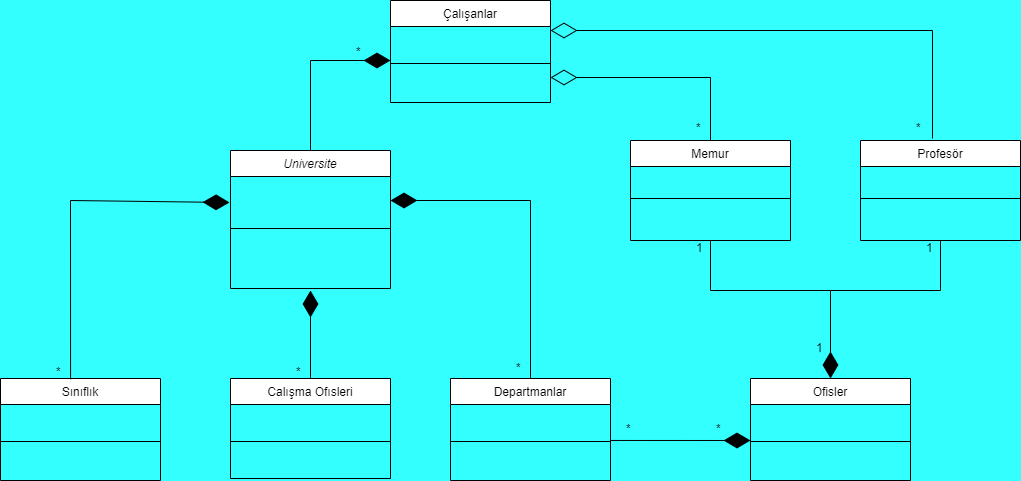
Above: Ödev - Üniversite Yönetim Sistemi.drawio.png in mertyigitt/Pathica-Object-Oriented-Programming (draw.io), before the change. Source tidied: cells renumbered, new cells last; positions are measured from the earlier drawing's top-left corner, leaving out a move shared by most shapes.
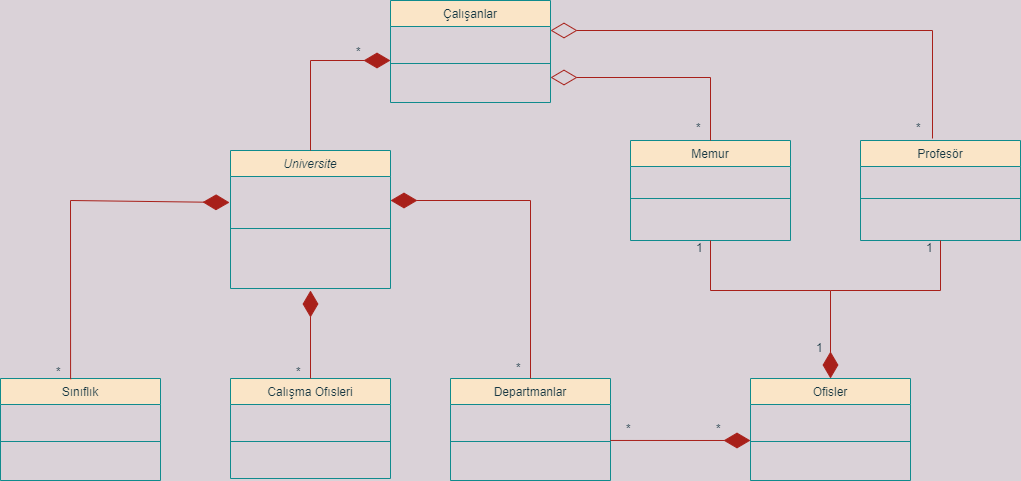
After the change.

The edit, as a diff of the source:
```diff
@@ -1,55 +1,55 @@
-<mxGraphModel background="#33FFFF">
+<mxGraphModel background="#DAD2D8">
   <root>
     <mxCell id="0" />
     <mxCell id="1" parent="0" />
-    <mxCell id="2" value="Universite" style="swimlane;fontStyle=2;align=center;verticalAlign=top;horizontal=1;startSize=26;rounded=0;shadow=0;strokeWidth=1;" parent="1" vertex="1">
+    <mxCell id="2" value="Universite" style="swimlane;fontStyle=2;align=center;verticalAlign=top;horizontal=1;startSize=26;rounded=0;shadow=0;strokeWidth=1;fillColor=#FAE5C7;strokeColor=#0F8B8D;fontColor=#143642;" parent="1" vertex="1">
       <mxGeometry x="230" y="150" width="160" height="138" as="geometry" />
     </mxCell>
-    <mxCell id="3" style="line;html=1;strokeWidth=1;align=left;verticalAlign=middle;spacingTop=-1;spacingLeft=3;spacingRight=3;labelPosition=right;" parent="2" vertex="1">
+    <mxCell id="3" style="line;html=1;strokeWidth=1;align=left;verticalAlign=middle;spacingTop=-1;spacingLeft=3;spacingRight=3;labelPosition=right;labelBackgroundColor=#DAD2D8;fillColor=#FAE5C7;strokeColor=#0F8B8D;fontColor=#143642;" parent="2" vertex="1">
       <mxGeometry y="26" width="160" height="104" as="geometry" />
     </mxCell>
-    <mxCell id="4" value="Sınıflık&#10;" style="swimlane;fontStyle=0;align=center;verticalAlign=top;horizontal=1;startSize=26;rounded=0;shadow=0;strokeWidth=1;" parent="1" vertex="1">
+    <mxCell id="4" value="Sınıflık&#10;" style="swimlane;fontStyle=0;align=center;verticalAlign=top;horizontal=1;startSize=26;rounded=0;shadow=0;strokeWidth=1;fillColor=#FAE5C7;strokeColor=#0F8B8D;fontColor=#143642;" parent="1" vertex="1">
       <mxGeometry y="378" width="160" height="102" as="geometry" />
     </mxCell>
-    <mxCell id="5" style="line;html=1;strokeWidth=1;align=left;verticalAlign=middle;spacingTop=-1;spacingLeft=3;spacingRight=3;labelPosition=right;" parent="4" vertex="1">
+    <mxCell id="5" style="line;html=1;strokeWidth=1;align=left;verticalAlign=middle;spacingTop=-1;spacingLeft=3;spacingRight=3;labelPosition=right;labelBackgroundColor=#DAD2D8;fillColor=#FAE5C7;strokeColor=#0F8B8D;fontColor=#143642;" parent="4" vertex="1">
       <mxGeometry y="26" width="160" height="74" as="geometry" />
     </mxCell>
-    <mxCell id="6" value="Calışma Ofısleri" style="swimlane;fontStyle=0;align=center;verticalAlign=top;horizontal=1;startSize=26;rounded=0;shadow=0;strokeWidth=1;" parent="1" vertex="1">
+    <mxCell id="6" value="Calışma Ofısleri" style="swimlane;fontStyle=0;align=center;verticalAlign=top;horizontal=1;startSize=26;rounded=0;shadow=0;strokeWidth=1;fillColor=#FAE5C7;strokeColor=#0F8B8D;fontColor=#143642;" parent="1" vertex="1">
       <mxGeometry x="230" y="378" width="160" height="100" as="geometry" />
     </mxCell>
-    <mxCell id="7" style="line;html=1;strokeWidth=1;align=left;verticalAlign=middle;spacingTop=-1;spacingLeft=3;spacingRight=3;labelPosition=right;" parent="6" vertex="1">
+    <mxCell id="7" style="line;html=1;strokeWidth=1;align=left;verticalAlign=middle;spacingTop=-1;spacingLeft=3;spacingRight=3;labelPosition=right;labelBackgroundColor=#DAD2D8;fillColor=#FAE5C7;strokeColor=#0F8B8D;fontColor=#143642;" parent="6" vertex="1">
       <mxGeometry y="26" width="160" height="74" as="geometry" />
     </mxCell>
-    <mxCell id="8" value="Departmanlar" style="swimlane;fontStyle=0;align=center;verticalAlign=top;horizontal=1;startSize=26;rounded=0;shadow=0;strokeWidth=1;" parent="1" vertex="1">
+    <mxCell id="8" value="Departmanlar" style="swimlane;fontStyle=0;align=center;verticalAlign=top;horizontal=1;startSize=26;rounded=0;shadow=0;strokeWidth=1;fillColor=#FAE5C7;strokeColor=#0F8B8D;fontColor=#143642;" parent="1" vertex="1">
       <mxGeometry x="450" y="378" width="160" height="102" as="geometry" />
     </mxCell>
-    <mxCell id="9" style="line;html=1;strokeWidth=1;align=left;verticalAlign=middle;spacingTop=-1;spacingLeft=3;spacingRight=3;labelPosition=right;points=[];portConstraint=eastwest;" parent="8" vertex="1">
+    <mxCell id="9" style="line;html=1;strokeWidth=1;align=left;verticalAlign=middle;spacingTop=-1;spacingLeft=3;spacingRight=3;labelPosition=right;points=[];portConstraint=eastwest;labelBackgroundColor=#DAD2D8;fillColor=#FAE5C7;strokeColor=#0F8B8D;fontColor=#143642;" parent="8" vertex="1">
       <mxGeometry y="26" width="160" height="74" as="geometry" />
     </mxCell>
-    <mxCell id="10" value="Ofisler" style="swimlane;fontStyle=0;align=center;verticalAlign=top;horizontal=1;startSize=26;rounded=0;shadow=0;strokeWidth=1;" parent="1" vertex="1">
+    <mxCell id="10" value="Ofisler" style="swimlane;fontStyle=0;align=center;verticalAlign=top;horizontal=1;startSize=26;rounded=0;shadow=0;strokeWidth=1;fillColor=#FAE5C7;strokeColor=#0F8B8D;fontColor=#143642;" parent="1" vertex="1">
       <mxGeometry x="750" y="378" width="160" height="102" as="geometry" />
     </mxCell>
-    <mxCell id="11" style="line;html=1;strokeWidth=1;align=left;verticalAlign=middle;spacingTop=-1;spacingLeft=3;spacingRight=3;labelPosition=right;" parent="10" vertex="1">
+    <mxCell id="11" style="line;html=1;strokeWidth=1;align=left;verticalAlign=middle;spacingTop=-1;spacingLeft=3;spacingRight=3;labelPosition=right;labelBackgroundColor=#DAD2D8;fillColor=#FAE5C7;strokeColor=#0F8B8D;fontColor=#143642;" parent="10" vertex="1">
       <mxGeometry y="26" width="160" height="74" as="geometry" />
     </mxCell>
-    <mxCell id="12" value="Memur&#10;" style="swimlane;fontStyle=0;align=center;verticalAlign=top;horizontal=1;startSize=26;rounded=0;shadow=0;strokeWidth=1;" parent="1" vertex="1">
+    <mxCell id="12" value="Memur&#10;" style="swimlane;fontStyle=0;align=center;verticalAlign=top;horizontal=1;startSize=26;rounded=0;shadow=0;strokeWidth=1;fillColor=#FAE5C7;strokeColor=#0F8B8D;fontColor=#143642;" parent="1" vertex="1">
       <mxGeometry x="630" y="140" width="160" height="100" as="geometry" />
     </mxCell>
-    <mxCell id="13" style="line;html=1;strokeWidth=1;align=left;verticalAlign=middle;spacingTop=-1;spacingLeft=3;spacingRight=3;labelPosition=right;" parent="12" vertex="1">
+    <mxCell id="13" style="line;html=1;strokeWidth=1;align=left;verticalAlign=middle;spacingTop=-1;spacingLeft=3;spacingRight=3;labelPosition=right;labelBackgroundColor=#DAD2D8;fillColor=#FAE5C7;strokeColor=#0F8B8D;fontColor=#143642;" parent="12" vertex="1">
       <mxGeometry y="26" width="160" height="64" as="geometry" />
     </mxCell>
-    <mxCell id="14" value="Profesör" style="swimlane;fontStyle=0;align=center;verticalAlign=top;horizontal=1;startSize=26;rounded=0;shadow=0;strokeWidth=1;" parent="1" vertex="1">
+    <mxCell id="14" value="Profesör" style="swimlane;fontStyle=0;align=center;verticalAlign=top;horizontal=1;startSize=26;rounded=0;shadow=0;strokeWidth=1;fillColor=#FAE5C7;strokeColor=#0F8B8D;fontColor=#143642;" parent="1" vertex="1">
       <mxGeometry x="860" y="140" width="160" height="100" as="geometry" />
     </mxCell>
-    <mxCell id="15" style="line;html=1;strokeWidth=1;align=left;verticalAlign=middle;spacingTop=-1;spacingLeft=3;spacingRight=3;labelPosition=right;" parent="14" vertex="1">
+    <mxCell id="15" style="line;html=1;strokeWidth=1;align=left;verticalAlign=middle;spacingTop=-1;spacingLeft=3;spacingRight=3;labelPosition=right;labelBackgroundColor=#DAD2D8;fillColor=#FAE5C7;strokeColor=#0F8B8D;fontColor=#143642;" parent="14" vertex="1">
       <mxGeometry y="26" width="160" height="64" as="geometry" />
     </mxCell>
-    <mxCell id="16" style="endArrow=diamondThin;endFill=1;endSize=24;html=1;rounded=0;exitX=0.5;exitY=0;exitDx=0;exitDy=0;" parent="1" edge="1" source="6">
+    <mxCell id="16" style="endArrow=diamondThin;endFill=1;endSize=24;html=1;rounded=0;exitX=0.5;exitY=0;exitDx=0;exitDy=0;labelBackgroundColor=#DAD2D8;strokeColor=#A8201A;fontColor=#143642;" parent="1" edge="1" source="6">
       <mxGeometry relative="1" as="geometry">
         <mxPoint x="310" y="290" as="targetPoint" />
       </mxGeometry>
     </mxCell>
-    <mxCell id="17" style="endArrow=diamondThin;endFill=1;endSize=24;html=1;rounded=0;exitX=0.438;exitY=0.007;exitDx=0;exitDy=0;exitPerimeter=0;entryX=-0.006;entryY=1;entryDx=0;entryDy=0;entryPerimeter=0;" parent="1" edge="1" source="4">
+    <mxCell id="17" style="endArrow=diamondThin;endFill=1;endSize=24;html=1;rounded=0;exitX=0.438;exitY=0.007;exitDx=0;exitDy=0;exitPerimeter=0;entryX=-0.006;entryY=1;entryDx=0;entryDy=0;entryPerimeter=0;labelBackgroundColor=#DAD2D8;strokeColor=#A8201A;fontColor=#143642;" parent="1" edge="1" source="4">
       <mxGeometry relative="1" as="geometry">
         <mxPoint x="229" y="202" as="targetPoint" />
         <Array as="points">
@@ -57,7 +57,7 @@
         </Array>
       </mxGeometry>
     </mxCell>
-    <mxCell id="18" style="endArrow=diamondThin;endFill=1;endSize=24;html=1;rounded=0;exitX=0.5;exitY=0;exitDx=0;exitDy=0;" parent="1" edge="1" source="8">
+    <mxCell id="18" style="endArrow=diamondThin;endFill=1;endSize=24;html=1;rounded=0;exitX=0.5;exitY=0;exitDx=0;exitDy=0;labelBackgroundColor=#DAD2D8;strokeColor=#A8201A;fontColor=#143642;" parent="1" edge="1" source="8">
       <mxGeometry relative="1" as="geometry">
         <mxPoint x="390" y="200" as="targetPoint" />
         <Array as="points">
@@ -65,27 +65,27 @@
         </Array>
       </mxGeometry>
     </mxCell>
-    <mxCell id="19" style="endArrow=diamondThin;endFill=1;endSize=24;html=1;rounded=0;exitX=1;exitY=0.486;exitDx=0;exitDy=0;exitPerimeter=0;" parent="1" edge="1" source="9">
+    <mxCell id="19" style="endArrow=diamondThin;endFill=1;endSize=24;html=1;rounded=0;exitX=1;exitY=0.486;exitDx=0;exitDy=0;exitPerimeter=0;labelBackgroundColor=#DAD2D8;strokeColor=#A8201A;fontColor=#143642;" parent="1" edge="1" source="9">
       <mxGeometry relative="1" as="geometry">
         <mxPoint x="750" y="440" as="targetPoint" />
       </mxGeometry>
     </mxCell>
-    <mxCell id="20" value="*" style="text;strokeColor=none;fillColor=none;align=left;verticalAlign=middle;spacingTop=-1;spacingLeft=4;spacingRight=4;labelPosition=right;" parent="1" vertex="1">
+    <mxCell id="20" value="*" style="text;strokeColor=none;fillColor=none;align=left;verticalAlign=middle;spacingTop=-1;spacingLeft=4;spacingRight=4;labelPosition=right;fontColor=#143642;" parent="1" vertex="1">
       <mxGeometry x="30" y="364" width="20" height="14" as="geometry" />
     </mxCell>
-    <mxCell id="21" value="*" style="text;strokeColor=none;fillColor=none;align=left;verticalAlign=middle;spacingTop=-1;spacingLeft=4;spacingRight=4;labelPosition=right;" parent="1" vertex="1">
+    <mxCell id="21" value="*" style="text;strokeColor=none;fillColor=none;align=left;verticalAlign=middle;spacingTop=-1;spacingLeft=4;spacingRight=4;labelPosition=right;fontColor=#143642;" parent="1" vertex="1">
       <mxGeometry x="270" y="364" width="20" height="14" as="geometry" />
     </mxCell>
-    <mxCell id="22" value="*" style="text;strokeColor=none;fillColor=none;align=left;verticalAlign=middle;spacingTop=-1;spacingLeft=4;spacingRight=4;labelPosition=right;" parent="1" vertex="1">
+    <mxCell id="22" value="*" style="text;strokeColor=none;fillColor=none;align=left;verticalAlign=middle;spacingTop=-1;spacingLeft=4;spacingRight=4;labelPosition=right;fontColor=#143642;" parent="1" vertex="1">
       <mxGeometry x="490" y="360" width="20" height="14" as="geometry" />
     </mxCell>
-    <mxCell id="23" value="*" style="text;strokeColor=none;fillColor=none;align=left;verticalAlign=middle;spacingTop=-1;spacingLeft=4;spacingRight=4;labelPosition=right;" parent="1" vertex="1">
+    <mxCell id="23" value="*" style="text;strokeColor=none;fillColor=none;align=left;verticalAlign=middle;spacingTop=-1;spacingLeft=4;spacingRight=4;labelPosition=right;fontColor=#143642;" parent="1" vertex="1">
       <mxGeometry x="690" y="421" width="20" height="14" as="geometry" />
     </mxCell>
-    <mxCell id="24" value="*" style="text;strokeColor=none;fillColor=none;align=left;verticalAlign=middle;spacingTop=-1;spacingLeft=4;spacingRight=4;labelPosition=right;" parent="1" vertex="1">
+    <mxCell id="24" value="*" style="text;strokeColor=none;fillColor=none;align=left;verticalAlign=middle;spacingTop=-1;spacingLeft=4;spacingRight=4;labelPosition=right;fontColor=#143642;" parent="1" vertex="1">
       <mxGeometry x="610" y="421" width="10" height="14" as="geometry" />
     </mxCell>
-    <mxCell id="25" style="endArrow=diamondThin;endFill=1;endSize=24;html=1;rounded=0;exitX=0.5;exitY=0;exitDx=0;exitDy=0;" parent="1" edge="1" source="2">
+    <mxCell id="25" style="endArrow=diamondThin;endFill=1;endSize=24;html=1;rounded=0;exitX=0.5;exitY=0;exitDx=0;exitDy=0;labelBackgroundColor=#DAD2D8;strokeColor=#A8201A;fontColor=#143642;" parent="1" edge="1" source="2">
       <mxGeometry relative="1" as="geometry">
         <mxPoint x="390" y="60" as="targetPoint" />
         <Array as="points">
@@ -93,18 +93,18 @@
         </Array>
       </mxGeometry>
     </mxCell>
-    <mxCell id="26" value="Çalışanlar" style="swimlane;fontStyle=0;align=center;verticalAlign=top;horizontal=1;startSize=26;rounded=0;shadow=0;strokeWidth=1;" parent="1" vertex="1">
+    <mxCell id="26" value="Çalışanlar" style="swimlane;fontStyle=0;align=center;verticalAlign=top;horizontal=1;startSize=26;rounded=0;shadow=0;strokeWidth=1;fillColor=#FAE5C7;strokeColor=#0F8B8D;fontColor=#143642;" parent="1" vertex="1">
       <mxGeometry x="390" width="160" height="102" as="geometry" />
     </mxCell>
-    <mxCell id="27" style="line;html=1;strokeWidth=1;align=left;verticalAlign=middle;spacingTop=-1;spacingLeft=3;spacingRight=3;labelPosition=right;" parent="26" vertex="1">
+    <mxCell id="27" style="line;html=1;strokeWidth=1;align=left;verticalAlign=middle;spacingTop=-1;spacingLeft=3;spacingRight=3;labelPosition=right;labelBackgroundColor=#DAD2D8;fillColor=#FAE5C7;strokeColor=#0F8B8D;fontColor=#143642;" parent="26" vertex="1">
       <mxGeometry y="26" width="160" height="74" as="geometry" />
     </mxCell>
-    <mxCell id="28" style="endArrow=diamondThin;endFill=1;endSize=24;html=1;rounded=0;entryX=0.5;entryY=0;entryDx=0;entryDy=0;" parent="1" edge="1" target="10">
+    <mxCell id="28" style="endArrow=diamondThin;endFill=1;endSize=24;html=1;rounded=0;entryX=0.5;entryY=0;entryDx=0;entryDy=0;labelBackgroundColor=#DAD2D8;strokeColor=#A8201A;fontColor=#143642;" parent="1" edge="1" target="10">
       <mxGeometry relative="1" as="geometry">
         <mxPoint x="830" y="290" as="sourcePoint" />
       </mxGeometry>
     </mxCell>
-    <mxCell id="29" style="endArrow=none;html=1;rounded=0;exitX=0.5;exitY=1;exitDx=0;exitDy=0;" parent="1" edge="1" source="12">
+    <mxCell id="29" style="endArrow=none;html=1;rounded=0;exitX=0.5;exitY=1;exitDx=0;exitDy=0;labelBackgroundColor=#DAD2D8;strokeColor=#A8201A;fontColor=#143642;" parent="1" edge="1" source="12">
       <mxGeometry relative="1" as="geometry">
         <mxPoint x="830" y="290" as="targetPoint" />
         <Array as="points">
@@ -112,7 +112,7 @@
         </Array>
       </mxGeometry>
     </mxCell>
-    <mxCell id="30" style="endArrow=none;html=1;rounded=0;entryX=0.5;entryY=1;entryDx=0;entryDy=0;" parent="1" edge="1" target="14">
+    <mxCell id="30" style="endArrow=none;html=1;rounded=0;entryX=0.5;entryY=1;entryDx=0;entryDy=0;labelBackgroundColor=#DAD2D8;strokeColor=#A8201A;fontColor=#143642;" parent="1" edge="1" target="14">
       <mxGeometry relative="1" as="geometry">
         <mxPoint x="830" y="290" as="sourcePoint" />
         <Array as="points">
@@ -120,19 +120,19 @@
         </Array>
       </mxGeometry>
     </mxCell>
-    <mxCell id="31" value="*" style="text;strokeColor=none;fillColor=none;align=left;verticalAlign=middle;spacingTop=-1;spacingLeft=4;spacingRight=4;labelPosition=right;" parent="1" vertex="1">
+    <mxCell id="31" value="*" style="text;strokeColor=none;fillColor=none;align=left;verticalAlign=middle;spacingTop=-1;spacingLeft=4;spacingRight=4;labelPosition=right;fontColor=#143642;" parent="1" vertex="1">
       <mxGeometry x="330" y="44" width="20" height="14" as="geometry" />
     </mxCell>
-    <mxCell id="32" value="1" style="text;strokeColor=none;fillColor=none;align=left;verticalAlign=middle;spacingTop=-1;spacingLeft=4;spacingRight=4;labelPosition=right;" parent="1" vertex="1">
+    <mxCell id="32" value="1" style="text;strokeColor=none;fillColor=none;align=left;verticalAlign=middle;spacingTop=-1;spacingLeft=4;spacingRight=4;labelPosition=right;fontColor=#143642;" parent="1" vertex="1">
       <mxGeometry x="670" y="240" width="20" height="14" as="geometry" />
     </mxCell>
-    <mxCell id="33" value="1" style="text;strokeColor=none;fillColor=none;align=left;verticalAlign=middle;spacingTop=-1;spacingLeft=4;spacingRight=4;labelPosition=right;" parent="1" vertex="1">
+    <mxCell id="33" value="1" style="text;strokeColor=none;fillColor=none;align=left;verticalAlign=middle;spacingTop=-1;spacingLeft=4;spacingRight=4;labelPosition=right;fontColor=#143642;" parent="1" vertex="1">
       <mxGeometry x="900" y="240" width="20" height="14" as="geometry" />
     </mxCell>
-    <mxCell id="34" value="1" style="text;strokeColor=none;fillColor=none;align=left;verticalAlign=middle;spacingTop=-1;spacingLeft=4;spacingRight=4;labelPosition=right;" parent="1" vertex="1">
+    <mxCell id="34" value="1" style="text;strokeColor=none;fillColor=none;align=left;verticalAlign=middle;spacingTop=-1;spacingLeft=4;spacingRight=4;labelPosition=right;fontColor=#143642;" parent="1" vertex="1">
       <mxGeometry x="790" y="340" width="20" height="14" as="geometry" />
     </mxCell>
-    <mxCell id="35" style="endArrow=diamondThin;endFill=0;endSize=24;html=1;rounded=0;exitX=0.5;exitY=0;exitDx=0;exitDy=0;" parent="1" edge="1" source="12">
+    <mxCell id="35" style="endArrow=diamondThin;endFill=0;endSize=24;html=1;rounded=0;exitX=0.5;exitY=0;exitDx=0;exitDy=0;labelBackgroundColor=#DAD2D8;strokeColor=#A8201A;fontColor=#143642;" parent="1" edge="1" source="12">
       <mxGeometry relative="1" as="geometry">
         <mxPoint x="550" y="77" as="targetPoint" />
         <Array as="points">
@@ -140,10 +140,10 @@
         </Array>
       </mxGeometry>
     </mxCell>
-    <mxCell id="36" value="*" style="text;strokeColor=none;fillColor=none;align=left;verticalAlign=middle;spacingTop=-1;spacingLeft=4;spacingRight=4;labelPosition=right;" parent="1" vertex="1">
+    <mxCell id="36" value="*" style="text;strokeColor=none;fillColor=none;align=left;verticalAlign=middle;spacingTop=-1;spacingLeft=4;spacingRight=4;labelPosition=right;fontColor=#143642;" parent="1" vertex="1">
       <mxGeometry x="670" y="120" width="20" height="14" as="geometry" />
     </mxCell>
-    <mxCell id="37" style="endArrow=diamondThin;endFill=0;endSize=24;html=1;rounded=0;exitX=0.45;exitY=-0.02;exitDx=0;exitDy=0;exitPerimeter=0;" parent="1" edge="1" source="14">
+    <mxCell id="37" style="endArrow=diamondThin;endFill=0;endSize=24;html=1;rounded=0;exitX=0.45;exitY=-0.02;exitDx=0;exitDy=0;exitPerimeter=0;labelBackgroundColor=#DAD2D8;strokeColor=#A8201A;fontColor=#143642;" parent="1" edge="1" source="14">
       <mxGeometry relative="1" as="geometry">
         <mxPoint x="550" y="30" as="targetPoint" />
         <Array as="points">
@@ -151,7 +151,7 @@
         </Array>
       </mxGeometry>
     </mxCell>
-    <mxCell id="38" value="*" style="text;strokeColor=none;fillColor=none;align=left;verticalAlign=middle;spacingTop=-1;spacingLeft=4;spacingRight=4;labelPosition=right;" parent="1" vertex="1">
+    <mxCell id="38" value="*" style="text;strokeColor=none;fillColor=none;align=left;verticalAlign=middle;spacingTop=-1;spacingLeft=4;spacingRight=4;labelPosition=right;fontColor=#143642;" parent="1" vertex="1">
       <mxGeometry x="890" y="120" width="20" height="14" as="geometry" />
     </mxCell>
   </root>
```
